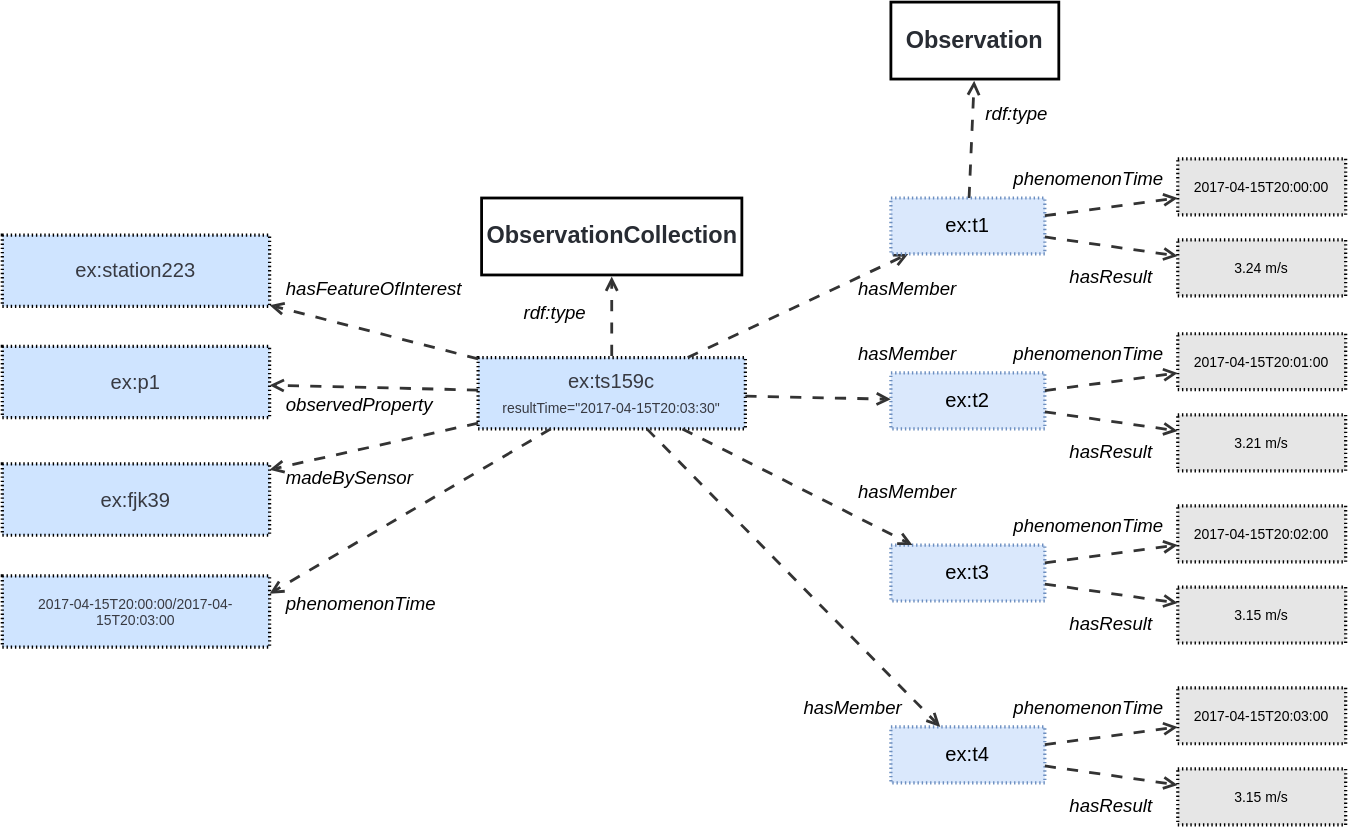
ldesousa/sdw-sosa-ssn keeps this draw.io diagram as ssn/images/timeseries-oc.svg. Above is the earlier version. Source tidied: cells renumbered, new cells last; positions are measured from the earlier drawing's top-left corner, leaving out a move shared by most shapes.
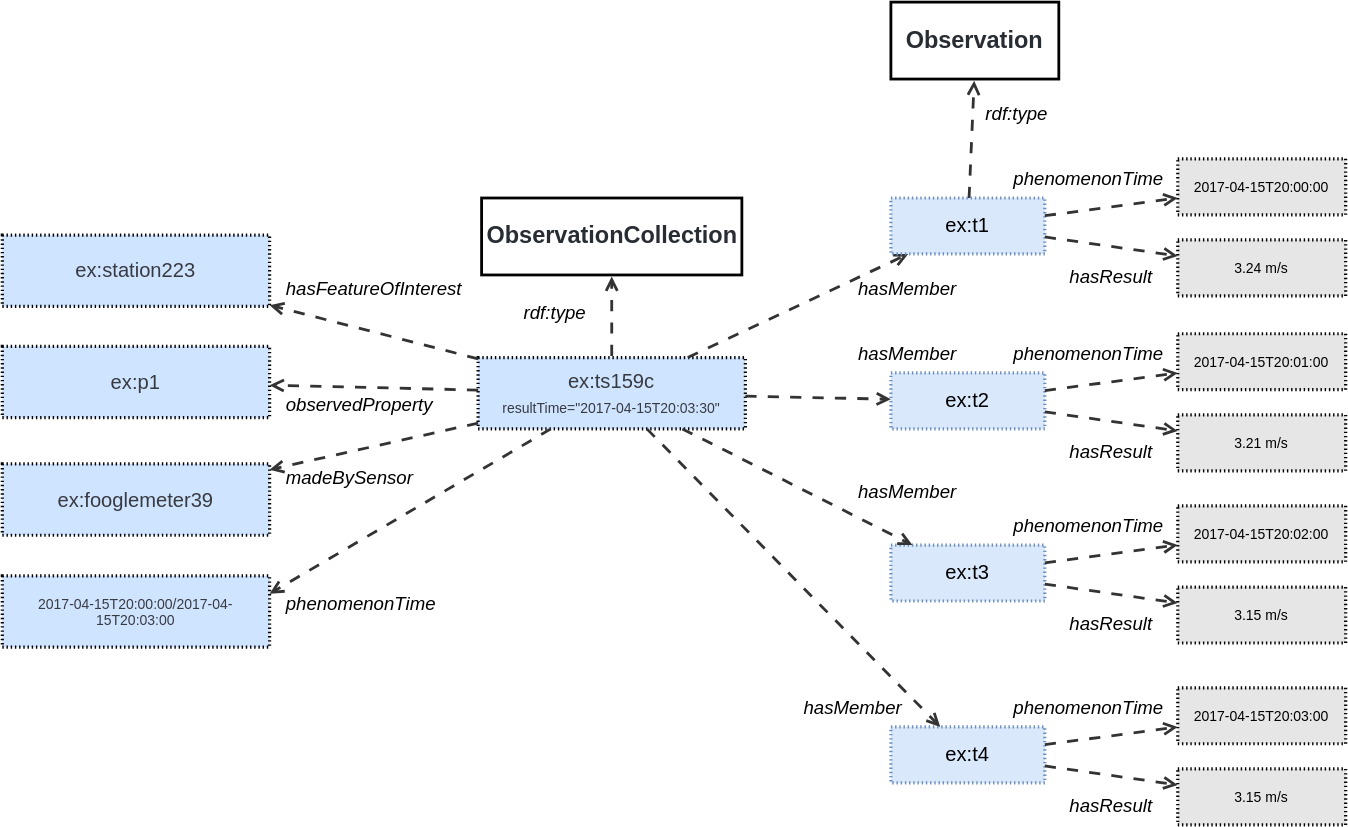
The same file after the commit.

The edit, as a diff of the source:
```diff
@@ -59,7 +59,7 @@
     <mxCell id="20" value="ex:p1" style="html=1;overflow=block;blockSpacing=1;whiteSpace=wrap;fontSize=14.4;fontFamily=Helvetica;fontColor=#383a42;align=center;spacing=0;strokeOpacity=100;fillOpacity=100;fillColor=#cfe4ff;dashed=1;fixDash=1;dashPattern=1 2;strokeWidth=2.3;" parent="1" vertex="1">
       <mxGeometry y="246" width="191" height="51" as="geometry" />
     </mxCell>
-    <mxCell id="21" value="ex:fjk39" style="html=1;overflow=block;blockSpacing=1;whiteSpace=wrap;fontSize=14.4;fontFamily=Helvetica;fontColor=#383a42;align=center;spacing=0;strokeOpacity=100;fillOpacity=100;fillColor=#cfe4ff;dashed=1;fixDash=1;dashPattern=1 2;strokeWidth=2.3;" parent="1" vertex="1">
+    <mxCell id="21" value="ex:fooglemeter39" style="html=1;overflow=block;blockSpacing=1;whiteSpace=wrap;fontSize=14.4;fontFamily=Helvetica;fontColor=#383a42;align=center;spacing=0;strokeOpacity=100;fillOpacity=100;fillColor=#cfe4ff;dashed=1;fixDash=1;dashPattern=1 2;strokeWidth=2.3;" parent="1" vertex="1">
       <mxGeometry y="330" width="191" height="51" as="geometry" />
     </mxCell>
     <mxCell id="22" value="2017-04-15T20:00:00/2017-04-15T20:03:00" style="html=1;overflow=block;blockSpacing=1;whiteSpace=wrap;fontSize=10;fontFamily=Helvetica;fontColor=#383a42;align=center;spacing=0;strokeOpacity=100;fillOpacity=100;fillColor=#cfe4ff;dashed=1;fixDash=1;dashPattern=1 2;strokeWidth=2.3;" parent="1" vertex="1">
```
